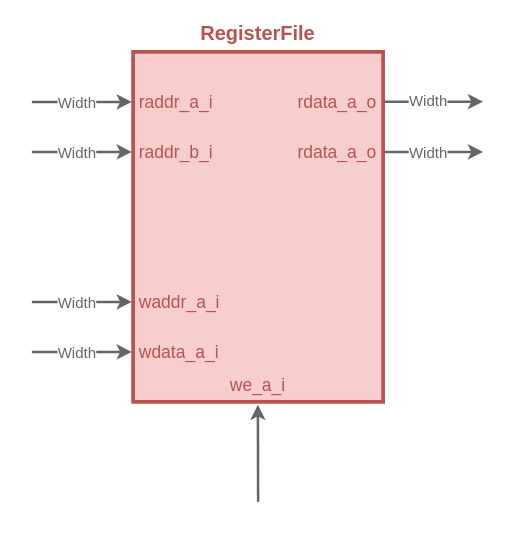
Earlier version of the draw.io diagram page "RegisterFile" (4 of 5) of xmint/design/design.drawio (Dark-GreenCat/xmint). Source tidied: cells renumbered, new cells numbered last; positions are measured from the earlier drawing's top-left corner, leaving out a move shared by most shapes. Both pictures are drawn from the tidied source at 125%, with x=0, y=0 at pixel (31, 26).
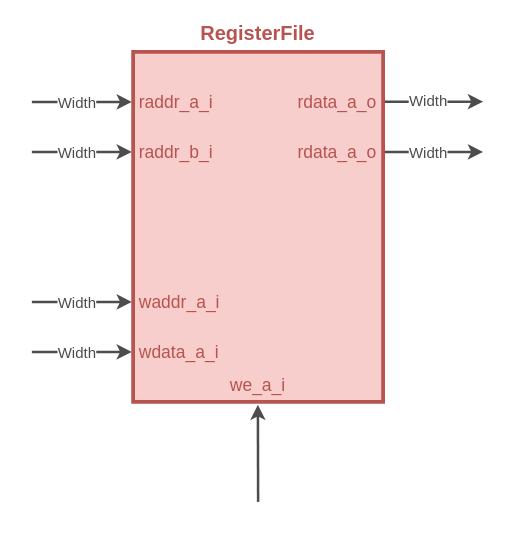
The same diagram, later.

Unchanged cells that the change refers to:
```xml
<mxCell id="15" style="rounded=0;whiteSpace=wrap;html=1;strokeWidth=3;fillColor=#f8cecc;strokeColor=#b85450;" parent="1" vertex="1">
  <mxGeometry x="81" y="20" width="200" height="280" as="geometry" />
</mxCell>
```

Diff of the diagram source:
```diff
@@
-    <mxCell id="2" style="endArrow=classic;html=1;strokeWidth=2;strokeColor=#666666;" parent="1" edge="1">
+    <mxCell id="2" style="endArrow=classic;html=1;strokeWidth=2;strokeColor=#4D4D4D;" parent="1" edge="1">
       <mxGeometry relative="1" as="geometry">
         <mxPoint y="60" as="sourcePoint" />
         <mxPoint x="80" y="60" as="targetPoint" />
       </mxGeometry>
     </mxCell>
-    <mxCell id="3" value="Width" style="edgeLabel;html=1;align=center;verticalAlign=middle;fontSize=12;fontColor=#666666;" parent="2" vertex="1">
+    <mxCell id="3" value="Width" style="edgeLabel;html=1;align=center;verticalAlign=middle;fontSize=12;fontColor=#4D4D4D;" parent="2" vertex="1">
       <mxGeometry x="0.21" y="1" relative="1" as="geometry">
         <mxPoint x="-13" y="1" as="offset" />
       </mxGeometry>
     </mxCell>
-    <mxCell id="4" style="endArrow=classic;html=1;entryX=0;entryY=0;entryDx=0;entryDy=140;entryPerimeter=0;strokeWidth=2;strokeColor=#666666;" parent="1" edge="1">
+    <mxCell id="4" style="endArrow=classic;html=1;entryX=0;entryY=0;entryDx=0;entryDy=140;entryPerimeter=0;strokeWidth=2;strokeColor=#4D4D4D;" parent="1" edge="1">
       <mxGeometry relative="1" as="geometry">
         <mxPoint y="100" as="sourcePoint" />
         <mxPoint x="80" y="100" as="targetPoint" />
       </mxGeometry>
     </mxCell>
-    <mxCell id="5" value="Width" style="edgeLabel;html=1;align=center;verticalAlign=middle;fontSize=12;fontColor=#666666;" parent="4" vertex="1">
+    <mxCell id="5" value="Width" style="edgeLabel;html=1;align=center;verticalAlign=middle;fontSize=12;fontColor=#4D4D4D;" parent="4" vertex="1">
       <mxGeometry x="0.21" y="1" relative="1" as="geometry">
         <mxPoint x="-13" y="1" as="offset" />
       </mxGeometry>
     </mxCell>
-    <mxCell id="6" style="endArrow=classic;html=1;entryX=0;entryY=0;entryDx=0;entryDy=140;entryPerimeter=0;strokeWidth=2;strokeColor=#666666;" parent="1" edge="1">
+    <mxCell id="6" style="endArrow=classic;html=1;entryX=0;entryY=0;entryDx=0;entryDy=140;entryPerimeter=0;strokeWidth=2;strokeColor=#4D4D4D;" parent="1" edge="1">
       <mxGeometry relative="1" as="geometry">
         <mxPoint y="260" as="sourcePoint" />
         <mxPoint x="80" y="260" as="targetPoint" />
       </mxGeometry>
     </mxCell>
-    <mxCell id="7" value="Width" style="edgeLabel;html=1;align=center;verticalAlign=middle;fontSize=12;fontColor=#666666;" parent="6" vertex="1">
+    <mxCell id="7" value="Width" style="edgeLabel;html=1;align=center;verticalAlign=middle;fontSize=12;fontColor=#4D4D4D;" parent="6" vertex="1">
       <mxGeometry x="0.21" y="1" relative="1" as="geometry">
         <mxPoint x="-13" y="1" as="offset" />
       </mxGeometry>
     </mxCell>
-    <mxCell id="8" style="endArrow=classic;html=1;entryX=0;entryY=0;entryDx=0;entryDy=140;entryPerimeter=0;strokeWidth=2;strokeColor=#666666;" parent="1" edge="1">
+    <mxCell id="8" style="endArrow=classic;html=1;entryX=0;entryY=0;entryDx=0;entryDy=140;entryPerimeter=0;strokeWidth=2;strokeColor=#4D4D4D;" parent="1" edge="1">
       <mxGeometry relative="1" as="geometry">
         <mxPoint y="220" as="sourcePoint" />
         <mxPoint x="80" y="220" as="targetPoint" />
       </mxGeometry>
     </mxCell>
-    <mxCell id="9" value="Width" style="edgeLabel;html=1;align=center;verticalAlign=middle;fontSize=12;fontColor=#666666;" parent="8" vertex="1">
+    <mxCell id="9" value="Width" style="edgeLabel;html=1;align=center;verticalAlign=middle;fontSize=12;fontColor=#4D4D4D;" parent="8" vertex="1">
       <mxGeometry x="0.21" y="1" relative="1" as="geometry">
         <mxPoint x="-13" y="1" as="offset" />
       </mxGeometry>
     </mxCell>
-    <mxCell id="10" style="endArrow=classic;html=1;entryX=0;entryY=0;entryDx=0;entryDy=140;entryPerimeter=0;strokeWidth=2;strokeColor=#666666;" parent="1" edge="1">
+    <mxCell id="10" style="endArrow=classic;html=1;entryX=0;entryY=0;entryDx=0;entryDy=140;entryPerimeter=0;strokeWidth=2;strokeColor=#4D4D4D;" parent="1" edge="1">
       <mxGeometry relative="1" as="geometry">
         <mxPoint x="281" y="100" as="sourcePoint" />
         <mxPoint x="361" y="100" as="targetPoint" />
       </mxGeometry>
     </mxCell>
-    <mxCell id="11" value="Width" style="edgeLabel;html=1;align=center;verticalAlign=middle;fontSize=12;fontColor=#666666;" parent="10" vertex="1">
+    <mxCell id="11" value="Width" style="edgeLabel;html=1;align=center;verticalAlign=middle;fontSize=12;fontColor=#4D4D4D;" parent="10" vertex="1">
       <mxGeometry x="0.21" y="1" relative="1" as="geometry">
         <mxPoint x="-13" y="1" as="offset" />
       </mxGeometry>
     </mxCell>
-    <mxCell id="12" style="endArrow=classic;html=1;entryX=0;entryY=0;entryDx=0;entryDy=140;entryPerimeter=0;strokeWidth=2;fontColor=#808080;strokeColor=#666666;" parent="1" edge="1">
+    <mxCell id="12" style="endArrow=classic;html=1;entryX=0;entryY=0;entryDx=0;entryDy=140;entryPerimeter=0;strokeWidth=2;fontColor=#808080;strokeColor=#4D4D4D;" parent="1" edge="1">
       <mxGeometry relative="1" as="geometry">
         <mxPoint x="281" y="59.8" as="sourcePoint" />
         <mxPoint x="361" y="59.8" as="targetPoint" />
       </mxGeometry>
     </mxCell>
-    <mxCell id="13" value="Width" style="edgeLabel;html=1;align=center;verticalAlign=middle;fontSize=12;fontColor=#666666;" parent="12" vertex="1">
+    <mxCell id="13" value="Width" style="edgeLabel;html=1;align=center;verticalAlign=middle;fontSize=12;fontColor=#4D4D4D;" parent="12" vertex="1">
       <mxGeometry x="0.21" y="1" relative="1" as="geometry">
         <mxPoint x="-13" y="1" as="offset" />
       </mxGeometry>
     </mxCell>
-    <mxCell id="14" style="endArrow=classic;html=1;fontSize=12;strokeWidth=2;entryX=0.499;entryY=1.008;entryDx=0;entryDy=0;entryPerimeter=0;strokeColor=#666666;" parent="1" edge="1" target="15">
+    <mxCell id="14" style="endArrow=classic;html=1;fontSize=12;strokeWidth=2;entryX=0.499;entryY=1.008;entryDx=0;entryDy=0;entryPerimeter=0;strokeColor=#4D4D4D;" parent="1" edge="1" target="15">
       <mxGeometry relative="1" as="geometry">
         <mxPoint x="181" y="380" as="sourcePoint" />
       </mxGeometry>
     </mxCell>
```
